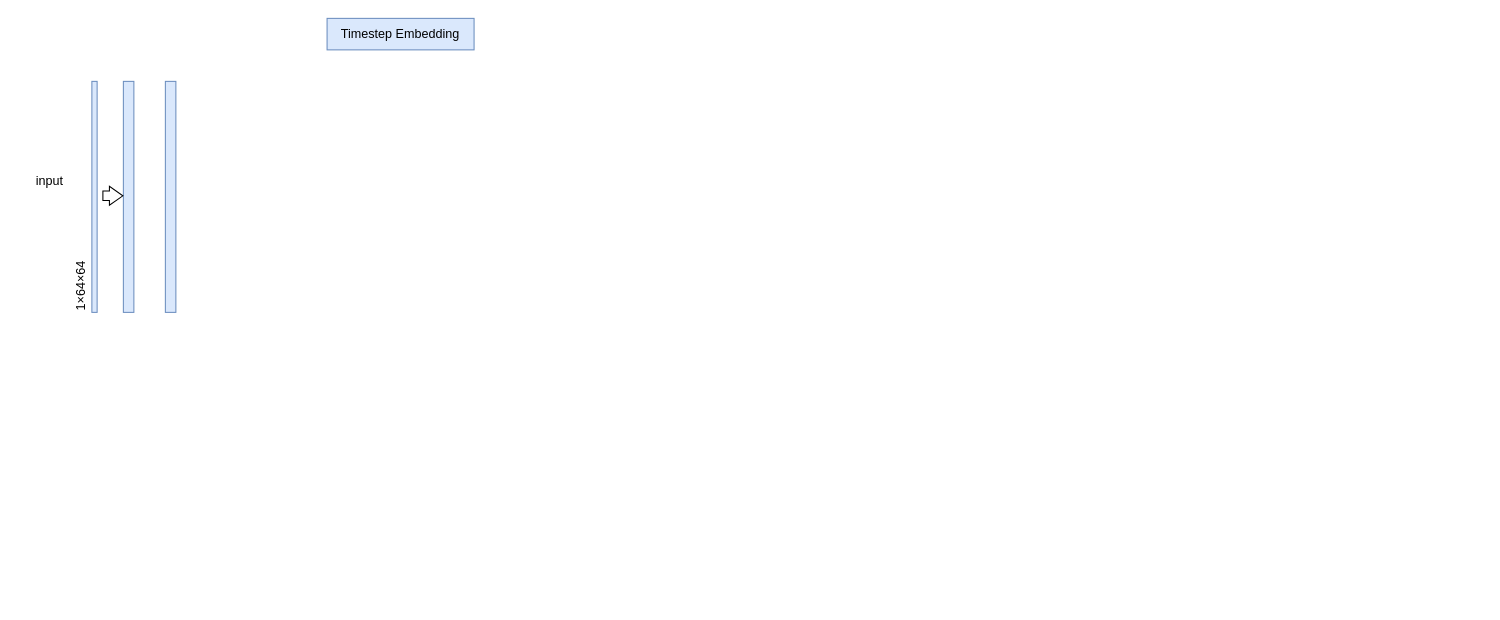
The draw.io diagram unet.drawio in ppposition/Machine_Learn_discussion, before the edit. Source tidied: cells renumbered, new cells numbered last; positions are measured from the earlier drawing's top-left corner, leaving out a move shared by most shapes. Both pictures are drawn from the tidied source at 105%, with x=0, y=0 at pixel (18, 18).
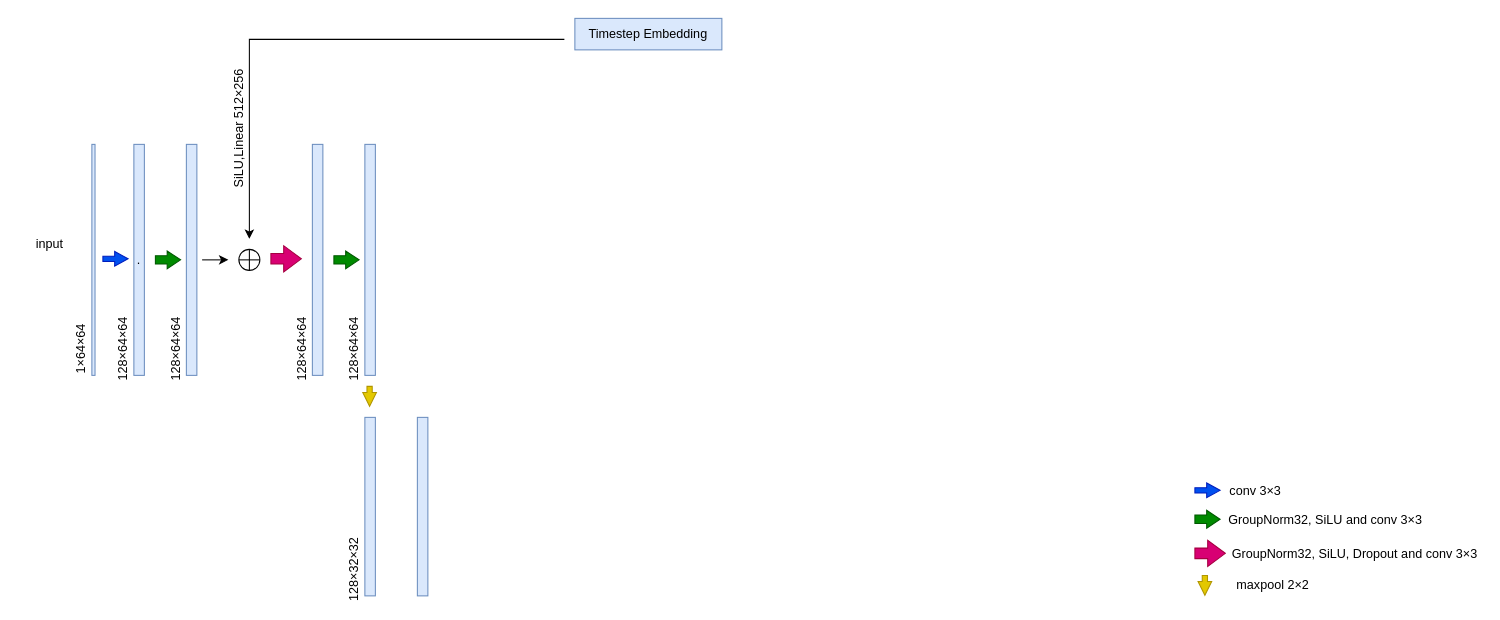
Above is the later version.

The edit, as a diff of the source:
```diff
@@
     <mxCell id="2" style="rounded=0;whiteSpace=wrap;html=1;fillColor=#dae8fc;strokeColor=#6c8ebf;" parent="1" vertex="1">
-      <mxGeometry x="70" y="60" width="5" height="220" as="geometry" />
+      <mxGeometry x="70" y="120" width="3" height="220" as="geometry" />
     </mxCell>
     <mxCell id="3" value="input" style="text;html=1;align=center;verticalAlign=middle;whiteSpace=wrap;rounded=0;rotation=0;" parent="1" vertex="1">
-      <mxGeometry y="140" width="60" height="30" as="geometry" />
+      <mxGeometry y="200" width="60" height="30" as="geometry" />
     </mxCell>
-    <mxCell id="4" style="rounded=0;whiteSpace=wrap;html=1;fillColor=#dae8fc;strokeColor=#6c8ebf;" parent="1" vertex="1">
-      <mxGeometry x="100" y="60" width="10" height="220" as="geometry" />
+    <mxCell id="4" value="." style="rounded=0;whiteSpace=wrap;html=1;fillColor=#dae8fc;strokeColor=#6c8ebf;" parent="1" vertex="1">
+      <mxGeometry x="110" y="120" width="10" height="220" as="geometry" />
     </mxCell>
     <mxCell id="5" value="1×64×64" style="text;html=1;align=center;verticalAlign=middle;whiteSpace=wrap;rounded=0;rotation=270;" parent="1" vertex="1">
-      <mxGeometry x="30" y="240" width="60" height="30" as="geometry" />
+      <mxGeometry x="30" y="300" width="60" height="30" as="geometry" />
     </mxCell>
     <mxCell id="6" style="rounded=0;whiteSpace=wrap;html=1;fillColor=#dae8fc;strokeColor=#6c8ebf;" parent="1" vertex="1">
-      <mxGeometry x="140" y="60" width="10" height="220" as="geometry" />
+      <mxGeometry x="160" y="120" width="10" height="220" as="geometry" />
     </mxCell>
-    <mxCell id="7" style="shape=flexArrow;endArrow=classic;html=1;rounded=0;width=9;endSize=3.93;endWidth=8;" parent="1" edge="1">
+    <mxCell id="7" style="shape=flexArrow;endArrow=classic;html=1;rounded=0;width=5;endSize=3.93;endWidth=8;fillColor=#0050ef;strokeColor=#001DBC;" parent="1" edge="1">
       <mxGeometry relative="1" as="geometry">
-        <mxPoint x="80" y="169" as="sourcePoint" />
-        <mxPoint x="100" y="169" as="targetPoint" />
+        <mxPoint x="80" y="229" as="sourcePoint" />
+        <mxPoint x="105" y="229" as="targetPoint" />
       </mxGeometry>
     </mxCell>
     <mxCell id="8" value="Timestep Embedding" style="text;html=1;align=center;verticalAlign=middle;whiteSpace=wrap;rounded=0;fillColor=#dae8fc;strokeColor=#6c8ebf;" parent="1" vertex="1">
-      <mxGeometry x="294" width="140" height="30" as="geometry" />
+      <mxGeometry x="530" width="140" height="30" as="geometry" />
     </mxCell>
+    <mxCell id="9" style="shape=flexArrow;endArrow=classic;html=1;rounded=0;width=8;endSize=3.93;endWidth=8;fillColor=#008a00;strokeColor=#005700;" parent="1" edge="1">
+      <mxGeometry relative="1" as="geometry">
+        <mxPoint x="130" y="230" as="sourcePoint" />
+        <mxPoint x="155" y="230" as="targetPoint" />
+      </mxGeometry>
+    </mxCell>
+    <mxCell id="10" value="128×64×64" style="text;html=1;align=center;verticalAlign=middle;whiteSpace=wrap;rounded=0;rotation=270;" parent="1" vertex="1">
+      <mxGeometry x="70" y="300" width="60" height="30" as="geometry" />
+    </mxCell>
+    <mxCell id="11" value="128×64×64" style="text;html=1;align=center;verticalAlign=middle;whiteSpace=wrap;rounded=0;rotation=270;" parent="1" vertex="1">
+      <mxGeometry x="120" y="300" width="60" height="30" as="geometry" />
+    </mxCell>
+    <mxCell id="12" style="shape=flexArrow;endArrow=classic;html=1;rounded=0;width=5;endSize=3.93;endWidth=8;fillColor=#0050ef;strokeColor=#001DBC;" parent="1" edge="1">
+      <mxGeometry relative="1" as="geometry">
+        <mxPoint x="1120" y="449.5" as="sourcePoint" />
+        <mxPoint x="1145" y="449.5" as="targetPoint" />
+      </mxGeometry>
+    </mxCell>
+    <mxCell id="13" value="conv 3×3&amp;nbsp;" style="text;html=1;align=center;verticalAlign=middle;whiteSpace=wrap;rounded=0;" parent="1" vertex="1">
+      <mxGeometry x="1150" y="435" width="60" height="30" as="geometry" />
+    </mxCell>
+    <mxCell id="14" value="GroupNorm32, SiLU and conv 3×3" style="text;html=1;align=center;verticalAlign=middle;whiteSpace=wrap;rounded=0;" parent="1" vertex="1">
+      <mxGeometry x="1150" y="460" width="190" height="35" as="geometry" />
+    </mxCell>
+    <mxCell id="15" style="shape=flexArrow;endArrow=classic;html=1;rounded=0;width=8;endSize=3.93;endWidth=8;fillColor=#008a00;strokeColor=#005700;" parent="1" edge="1">
+      <mxGeometry relative="1" as="geometry">
+        <mxPoint x="1120" y="477" as="sourcePoint" />
+        <mxPoint x="1145" y="477" as="targetPoint" />
+      </mxGeometry>
+    </mxCell>
+    <mxCell id="16" style="endArrow=classic;html=1;rounded=0;" parent="1" edge="1">
+      <mxGeometry relative="1" as="geometry">
+        <mxPoint x="520" y="20" as="sourcePoint" />
+        <mxPoint x="220" y="210" as="targetPoint" />
+        <Array as="points">
+          <mxPoint x="220" y="20" />
+        </Array>
+      </mxGeometry>
+    </mxCell>
+    <mxCell id="17" value="SiLU,Linear 512×256" style="text;html=1;align=center;verticalAlign=middle;whiteSpace=wrap;rounded=0;rotation=270;" parent="1" vertex="1">
+      <mxGeometry x="150" y="90" width="120" height="30" as="geometry" />
+    </mxCell>
+    <mxCell id="18" style="shape=orEllipse;perimeter=ellipsePerimeter;whiteSpace=wrap;html=1;backgroundOutline=1;" parent="1" vertex="1">
+      <mxGeometry x="210" y="220" width="20" height="20" as="geometry" />
+    </mxCell>
+    <mxCell id="19" style="endArrow=classic;html=1;rounded=0;" parent="1" edge="1">
+      <mxGeometry relative="1" as="geometry">
+        <mxPoint x="175" y="230" as="sourcePoint" />
+        <mxPoint x="200" y="230" as="targetPoint" />
+      </mxGeometry>
+    </mxCell>
+    <mxCell id="20" style="shape=flexArrow;endArrow=classic;html=1;rounded=0;endWidth=14;endSize=5.27;fillColor=#d80073;strokeColor=#A50040;" parent="1" edge="1">
+      <mxGeometry relative="1" as="geometry">
+        <mxPoint x="240" y="229" as="sourcePoint" />
+        <mxPoint x="270" y="229" as="targetPoint" />
+      </mxGeometry>
+    </mxCell>
+    <mxCell id="21" style="shape=flexArrow;endArrow=classic;html=1;rounded=0;endWidth=14;endSize=5.27;fillColor=#d80073;strokeColor=#A50040;" parent="1" edge="1">
+      <mxGeometry relative="1" as="geometry">
+        <mxPoint x="1120" y="509.5" as="sourcePoint" />
+        <mxPoint x="1150" y="509.5" as="targetPoint" />
+      </mxGeometry>
+    </mxCell>
+    <mxCell id="22" value="&lt;span style=&quot;text-align: center;&quot;&gt;GroupNorm32, SiLU, Dropout and conv 3×3&lt;/span&gt;" style="text;strokeColor=none;fillColor=none;align=left;verticalAlign=middle;spacingLeft=4;spacingRight=4;overflow=hidden;whiteSpace=wrap;html=1;" parent="1" vertex="1">
+      <mxGeometry x="1150" y="495" width="245" height="30" as="geometry" />
+    </mxCell>
+    <mxCell id="23" style="rounded=0;whiteSpace=wrap;html=1;fillColor=#dae8fc;strokeColor=#6c8ebf;" parent="1" vertex="1">
+      <mxGeometry x="280" y="120" width="10" height="220" as="geometry" />
+    </mxCell>
+    <mxCell id="24" value="128×64×64" style="text;html=1;align=center;verticalAlign=middle;whiteSpace=wrap;rounded=0;rotation=270;" parent="1" vertex="1">
+      <mxGeometry x="240" y="300" width="60" height="30" as="geometry" />
+    </mxCell>
+    <mxCell id="25" style="shape=flexArrow;endArrow=classic;html=1;rounded=0;width=8;endSize=3.93;endWidth=8;fillColor=#008a00;strokeColor=#005700;" parent="1" edge="1">
+      <mxGeometry relative="1" as="geometry">
+        <mxPoint x="300" y="230" as="sourcePoint" />
+        <mxPoint x="325" y="230" as="targetPoint" />
+      </mxGeometry>
+    </mxCell>
+    <mxCell id="26" style="rounded=0;whiteSpace=wrap;html=1;fillColor=#dae8fc;strokeColor=#6c8ebf;" parent="1" vertex="1">
+      <mxGeometry x="330" y="120" width="10" height="220" as="geometry" />
+    </mxCell>
+    <mxCell id="27" style="shape=flexArrow;endArrow=classic;html=1;rounded=0;endWidth=7;endSize=4.07;fillColor=#e3c800;strokeColor=#B09500;width=5;" parent="1" edge="1">
+      <mxGeometry relative="1" as="geometry">
+        <mxPoint x="334.5" y="350" as="sourcePoint" />
+        <mxPoint x="334.5" y="370" as="targetPoint" />
+      </mxGeometry>
+    </mxCell>
+    <mxCell id="28" style="rounded=0;whiteSpace=wrap;html=1;fillColor=#dae8fc;strokeColor=#6c8ebf;" parent="1" vertex="1">
+      <mxGeometry x="330" y="380" width="10" height="170" as="geometry" />
+    </mxCell>
+    <mxCell id="29" style="shape=flexArrow;endArrow=classic;html=1;rounded=0;endWidth=7;endSize=4.07;fillColor=#e3c800;strokeColor=#B09500;width=5;" parent="1" edge="1">
+      <mxGeometry relative="1" as="geometry">
+        <mxPoint x="1130" y="530" as="sourcePoint" />
+        <mxPoint x="1130" y="550" as="targetPoint" />
+      </mxGeometry>
+    </mxCell>
+    <mxCell id="30" value="128×64×64" style="text;html=1;align=center;verticalAlign=middle;whiteSpace=wrap;rounded=0;rotation=270;" parent="1" vertex="1">
+      <mxGeometry x="290" y="300" width="60" height="30" as="geometry" />
+    </mxCell>
+    <mxCell id="31" value="maxpool 2×2" style="text;html=1;align=center;verticalAlign=middle;whiteSpace=wrap;rounded=0;" parent="1" vertex="1">
+      <mxGeometry x="1150" y="525" width="90" height="30" as="geometry" />
+    </mxCell>
+    <mxCell id="32" value="128×32×32" style="text;html=1;align=center;verticalAlign=middle;whiteSpace=wrap;rounded=0;rotation=270;" parent="1" vertex="1">
+      <mxGeometry x="290" y="510" width="60" height="30" as="geometry" />
+    </mxCell>
+    <mxCell id="33" style="rounded=0;whiteSpace=wrap;html=1;fillColor=#dae8fc;strokeColor=#6c8ebf;" parent="1" vertex="1">
+      <mxGeometry x="380" y="380" width="10" height="170" as="geometry" />
+    </mxCell>
```
